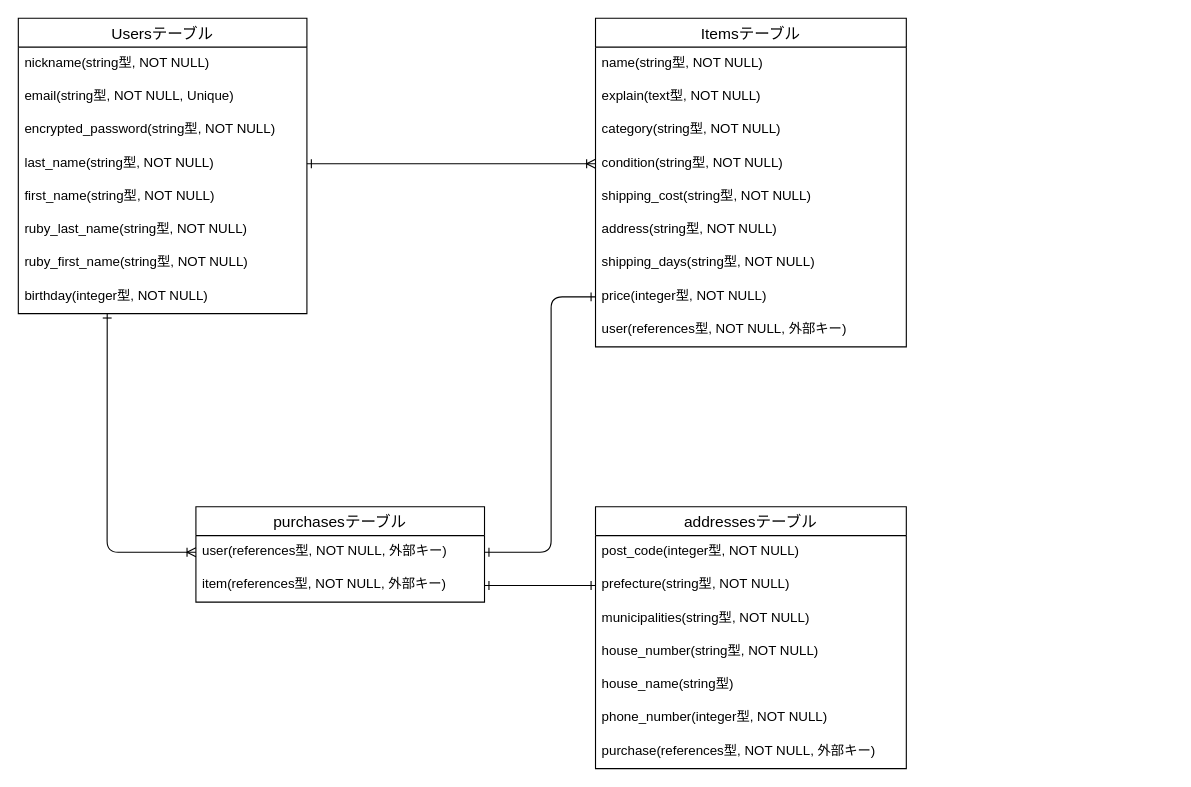
The draw.io diagram Furima_DB設計.drawio in komafuji820/furima-39628, before the edit. Source tidied: cells renumbered, new cells numbered last; positions are measured from the earlier drawing's top-left corner, leaving out a move shared by most shapes. Both pictures are drawn from the tidied source at 111%, with x=0, y=0 at pixel (-27, 18).
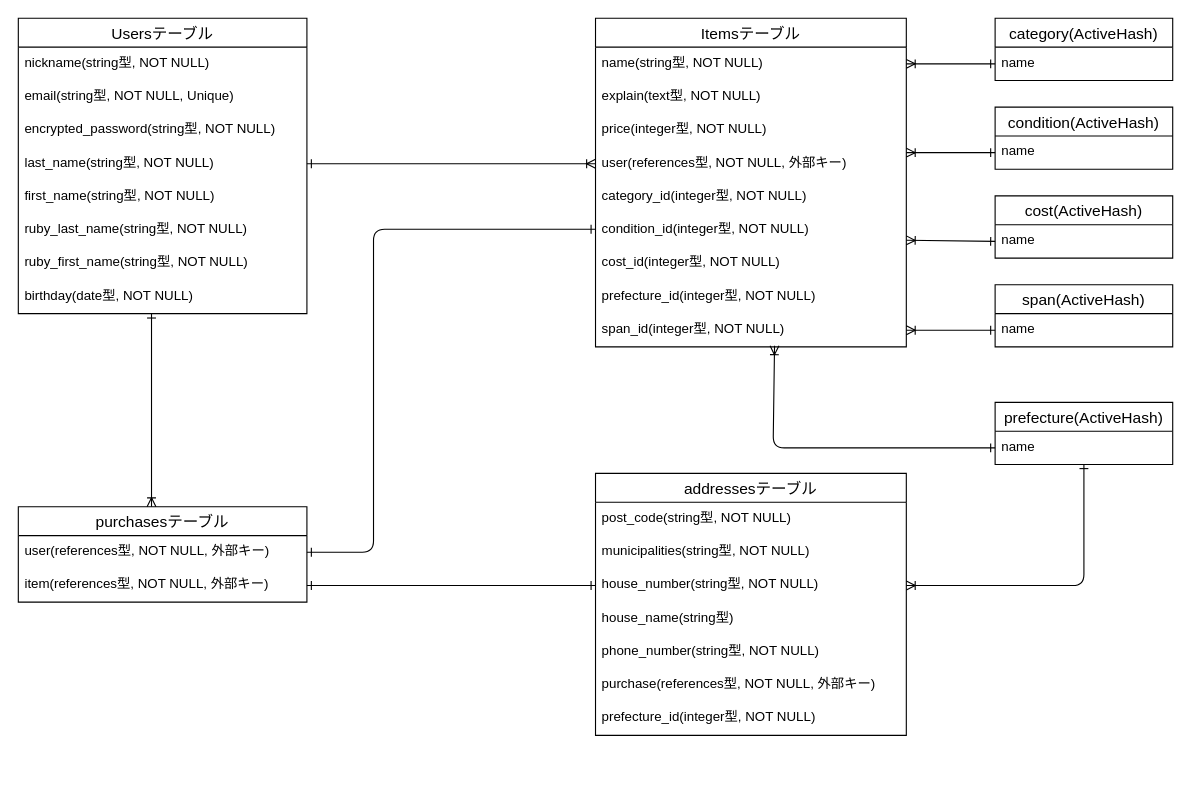
Above is the later version.

Commit message (it also covers changes not shown here):
DB設計をActiveHashに対応させる修正

Unchanged cells that the change refers to:
```xml
<mxCell id="2" value="Usersテーブル" style="swimlane;fontStyle=0;horizontal=1;startSize=26;align=center;fontSize=14;" parent="1" vertex="1">
  <mxGeometry x="40" width="260" height="266" as="geometry" />
</mxCell>
<mxCell id="6" value="last_name(string型, NOT NULL)" style="text;strokeColor=none;fillColor=none;spacingLeft=4;spacingRight=4;overflow=hidden;points=[[0,0.5],[1,0.5]];portConstraint=eastwest;fontSize=12;" parent="2" vertex="1">
  <mxGeometry y="116" width="260" height="30" as="geometry" />
</mxCell>
<mxCell id="11" value="Itemsテーブル" style="swimlane;fontStyle=0;horizontal=1;startSize=26;align=center;fontSize=14;" parent="1" vertex="1">
  <mxGeometry x="560" width="280" height="296" as="geometry" />
</mxCell>
<mxCell id="12" value="name(string型, NOT NULL)" style="text;strokeColor=none;fillColor=none;spacingLeft=4;spacingRight=4;overflow=hidden;points=[[0,0.5],[1,0.5]];portConstraint=eastwest;fontSize=12;" parent="11" vertex="1">
  <mxGeometry y="26" width="280" height="30" as="geometry" />
</mxCell>
<mxCell id="22" value="user(references型, NOT NULL, 外部キー)" style="text;strokeColor=none;fillColor=none;spacingLeft=4;spacingRight=4;overflow=hidden;points=[[0,0.5],[1,0.5]];portConstraint=eastwest;fontSize=12;" parent="21" vertex="1">
  <mxGeometry y="26" width="260" height="30" as="geometry" />
</mxCell>
<mxCell id="23" value="item(references型, NOT NULL, 外部キー)" style="text;strokeColor=none;fillColor=none;spacingLeft=4;spacingRight=4;overflow=hidden;points=[[0,0.5],[1,0.5]];portConstraint=eastwest;fontSize=12;" parent="21" vertex="1">
  <mxGeometry y="56" width="260" height="30" as="geometry" />
</mxCell>
```

Change to the diagram source:
```diff
@@
-    <mxCell id="10" value="birthday(integer型, NOT NULL)" style="text;strokeColor=none;fillColor=none;spacingLeft=4;spacingRight=4;overflow=hidden;points=[[0,0.5],[1,0.5]];portConstraint=eastwest;fontSize=12;" parent="2" vertex="1">
+    <mxCell id="10" value="birthday(date型, NOT NULL)" style="text;strokeColor=none;fillColor=none;spacingLeft=4;spacingRight=4;overflow=hidden;points=[[0,0.5],[1,0.5]];portConstraint=eastwest;fontSize=12;" parent="2" vertex="1">
       <mxGeometry y="236" width="260" height="30" as="geometry" />
     </mxCell>
@@
+    <mxCell id="19" value="price(integer型, NOT NULL)" style="text;strokeColor=none;fillColor=none;spacingLeft=4;spacingRight=4;overflow=hidden;points=[[0,0.5],[1,0.5]];portConstraint=eastwest;fontSize=12;" parent="11" vertex="1">
+      <mxGeometry y="86" width="280" height="30" as="geometry" />
+    </mxCell>
+    <mxCell id="20" value="user(references型, NOT NULL, 外部キー)" style="text;strokeColor=none;fillColor=none;spacingLeft=4;spacingRight=4;overflow=hidden;points=[[0,0.5],[1,0.5]];portConstraint=eastwest;fontSize=12;" parent="11" vertex="1">
+      <mxGeometry y="116" width="280" height="30" as="geometry" />
+    </mxCell>
-    <mxCell id="14" value="category(string型, NOT NULL)" style="text;strokeColor=none;fillColor=none;spacingLeft=4;spacingRight=4;overflow=hidden;fontSize=12;" parent="11" vertex="1">
-      <mxGeometry y="86" width="280" height="30" as="geometry" />
+    <mxCell id="14" value="category_id(integer型, NOT NULL)" style="text;strokeColor=none;fillColor=none;spacingLeft=4;spacingRight=4;overflow=hidden;fontSize=12;" parent="11" vertex="1">
+      <mxGeometry y="146" width="280" height="30" as="geometry" />
     </mxCell>
-    <mxCell id="15" value="condition(string型, NOT NULL)" style="text;strokeColor=none;fillColor=none;spacingLeft=4;spacingRight=4;overflow=hidden;points=[[0,0.5],[1,0.5]];portConstraint=eastwest;fontSize=12;" parent="11" vertex="1">
-      <mxGeometry y="116" width="280" height="30" as="geometry" />
+    <mxCell id="15" value="condition_id(integer型, NOT NULL)" style="text;strokeColor=none;fillColor=none;spacingLeft=4;spacingRight=4;overflow=hidden;points=[[0,0.5],[1,0.5]];portConstraint=eastwest;fontSize=12;" parent="11" vertex="1">
+      <mxGeometry y="176" width="280" height="30" as="geometry" />
     </mxCell>
-    <mxCell id="16" value="shipping_cost(string型, NOT NULL)" style="text;strokeColor=none;fillColor=none;spacingLeft=4;spacingRight=4;overflow=hidden;fontSize=12;" parent="11" vertex="1">
-      <mxGeometry y="146" width="280" height="30" as="geometry" />
+    <mxCell id="16" value="cost_id(integer型, NOT NULL)" style="text;strokeColor=none;fillColor=none;spacingLeft=4;spacingRight=4;overflow=hidden;fontSize=12;" parent="11" vertex="1">
+      <mxGeometry y="206" width="280" height="30" as="geometry" />
     </mxCell>
-    <mxCell id="17" value="address(string型, NOT NULL)" style="text;strokeColor=none;fillColor=none;spacingLeft=4;spacingRight=4;overflow=hidden;fontSize=12;" parent="11" vertex="1">
-      <mxGeometry y="176" width="280" height="30" as="geometry" />
+    <mxCell id="17" value="prefecture_id(integer型, NOT NULL)" style="text;strokeColor=none;fillColor=none;spacingLeft=4;spacingRight=4;overflow=hidden;fontSize=12;" parent="11" vertex="1">
+      <mxGeometry y="236" width="280" height="30" as="geometry" />
     </mxCell>
-    <mxCell id="18" value="shipping_days(string型, NOT NULL)" style="text;strokeColor=none;fillColor=none;spacingLeft=4;spacingRight=4;overflow=hidden;points=[[0,0.5],[1,0.5]];portConstraint=eastwest;fontSize=12;" parent="11" vertex="1">
-      <mxGeometry y="206" width="280" height="30" as="geometry" />
+    <mxCell id="18" value="span_id(integer型, NOT NULL)" style="text;strokeColor=none;fillColor=none;spacingLeft=4;spacingRight=4;overflow=hidden;points=[[0,0.5],[1,0.5]];portConstraint=eastwest;fontSize=12;" parent="11" vertex="1">
+      <mxGeometry y="266" width="280" height="30" as="geometry" />
     </mxCell>
-    <mxCell id="19" value="price(integer型, NOT NULL)" style="text;strokeColor=none;fillColor=none;spacingLeft=4;spacingRight=4;overflow=hidden;points=[[0,0.5],[1,0.5]];portConstraint=eastwest;fontSize=12;" parent="11" vertex="1">
-      <mxGeometry y="236" width="280" height="30" as="geometry" />
-    </mxCell>
-    <mxCell id="20" value="user(references型, NOT NULL, 外部キー)" style="text;strokeColor=none;fillColor=none;spacingLeft=4;spacingRight=4;overflow=hidden;points=[[0,0.5],[1,0.5]];portConstraint=eastwest;fontSize=12;" parent="11" vertex="1">
-      <mxGeometry y="266" width="280" height="30" as="geometry" />
-    </mxCell>
     <mxCell id="21" value="purchasesテーブル" style="swimlane;fontStyle=0;horizontal=1;startSize=26;align=center;fontSize=14;" parent="1" vertex="1">
-      <mxGeometry x="200" y="440" width="260" height="86" as="geometry" />
+      <mxGeometry x="40" y="440" width="260" height="86" as="geometry" />
     </mxCell>
@@
     <mxCell id="24" value="addressesテーブル" style="swimlane;fontStyle=0;horizontal=1;startSize=26;align=center;fontSize=14;" parent="1" vertex="1">
-      <mxGeometry x="560" y="440" width="280" height="236" as="geometry" />
+      <mxGeometry x="560" y="410" width="280" height="236" as="geometry" />
     </mxCell>
-    <mxCell id="25" value="post_code(integer型, NOT NULL)" style="text;strokeColor=none;fillColor=none;spacingLeft=4;spacingRight=4;overflow=hidden;fontSize=12;" parent="24" vertex="1">
+    <mxCell id="25" value="post_code(string型, NOT NULL)" style="text;strokeColor=none;fillColor=none;spacingLeft=4;spacingRight=4;overflow=hidden;fontSize=12;" parent="24" vertex="1">
       <mxGeometry y="26" width="280" height="30" as="geometry" />
     </mxCell>
-    <mxCell id="26" value="prefecture(string型, NOT NULL)" style="text;strokeColor=none;fillColor=none;spacingLeft=4;spacingRight=4;overflow=hidden;points=[[0,0.5],[1,0.5]];portConstraint=eastwest;fontSize=12;" parent="24" vertex="1">
-      <mxGeometry y="56" width="280" height="30" as="geometry" />
-    </mxCell>
     <mxCell id="27" value="municipalities(string型, NOT NULL)" style="text;strokeColor=none;fillColor=none;spacingLeft=4;spacingRight=4;overflow=hidden;fontSize=12;" parent="24" vertex="1">
-      <mxGeometry y="86" width="280" height="30" as="geometry" />
+      <mxGeometry y="56" width="280" height="30" as="geometry" />
     </mxCell>
     <mxCell id="28" value="house_number(string型, NOT NULL)" style="text;strokeColor=none;fillColor=none;spacingLeft=4;spacingRight=4;overflow=hidden;points=[[0,0.5],[1,0.5]];portConstraint=eastwest;fontSize=12;" parent="24" vertex="1">
-      <mxGeometry y="116" width="280" height="30" as="geometry" />
+      <mxGeometry y="86" width="280" height="30" as="geometry" />
     </mxCell>
     <mxCell id="29" value="house_name(string型)" style="text;strokeColor=none;fillColor=none;spacingLeft=4;spacingRight=4;overflow=hidden;fontSize=12;" parent="24" vertex="1">
-      <mxGeometry y="146" width="280" height="30" as="geometry" />
+      <mxGeometry y="116" width="280" height="30" as="geometry" />
     </mxCell>
-    <mxCell id="30" value="phone_number(integer型, NOT NULL)" style="text;strokeColor=none;fillColor=none;spacingLeft=4;spacingRight=4;overflow=hidden;fontSize=12;" parent="24" vertex="1">
-      <mxGeometry y="176" width="280" height="30" as="geometry" />
+    <mxCell id="30" value="phone_number(string型, NOT NULL)" style="text;strokeColor=none;fillColor=none;spacingLeft=4;spacingRight=4;overflow=hidden;fontSize=12;" parent="24" vertex="1">
+      <mxGeometry y="146" width="280" height="30" as="geometry" />
     </mxCell>
     <mxCell id="31" value="purchase(references型, NOT NULL, 外部キー)" style="text;strokeColor=none;fillColor=none;spacingLeft=4;spacingRight=4;overflow=hidden;fontSize=12;" parent="24" vertex="1">
-      <mxGeometry y="206" width="280" height="30" as="geometry" />
+      <mxGeometry y="176" width="280" height="30" as="geometry" />
     </mxCell>
-    <mxCell id="32" style="edgeStyle=elbowEdgeStyle;html=1;exitX=1;exitY=0.5;exitDx=0;exitDy=0;entryX=0;entryY=0.5;entryDx=0;entryDy=0;startArrow=ERone;startFill=0;endArrow=ERone;endFill=0;" parent="1" edge="1" source="23" target="26">
-      <mxGeometry relative="1" as="geometry" />
-    </mxCell>
+    <mxCell id="36" value="prefecture_id(integer型, NOT NULL)" style="text;strokeColor=none;fillColor=none;spacingLeft=4;spacingRight=4;overflow=hidden;fontSize=12;" parent="24" vertex="1">
+      <mxGeometry y="206" width="280" height="30" as="geometry" />
+    </mxCell>
-    <mxCell id="33" style="edgeStyle=elbowEdgeStyle;html=1;exitX=0;exitY=0.5;exitDx=0;exitDy=0;startArrow=ERone;startFill=0;endArrow=ERone;endFill=0;entryX=1;entryY=0.5;entryDx=0;entryDy=0;" parent="1" edge="1" source="19" target="22">
+    <mxCell id="33" style="edgeStyle=elbowEdgeStyle;html=1;exitX=0;exitY=0.467;exitDx=0;exitDy=0;startArrow=ERone;startFill=0;endArrow=ERone;endFill=0;entryX=1;entryY=0.5;entryDx=0;entryDy=0;exitPerimeter=0;" parent="1" edge="1" source="15" target="22">
       <mxGeometry relative="1" as="geometry">
         <Array as="points">
-          <mxPoint x="520" y="340" />
+          <mxPoint x="360" y="340" />
         </Array>
       </mxGeometry>
     </mxCell>
-    <mxCell id="34" style="edgeStyle=elbowEdgeStyle;html=1;startArrow=ERone;startFill=0;endArrow=ERoneToMany;endFill=0;entryX=0;entryY=0.5;entryDx=0;entryDy=0;exitX=0.308;exitY=1;exitDx=0;exitDy=0;exitPerimeter=0;" parent="1" edge="1" source="10" target="22">
+    <mxCell id="34" style="edgeStyle=elbowEdgeStyle;html=1;startArrow=ERone;startFill=0;endArrow=ERoneToMany;endFill=0;entryX=0.462;entryY=0;entryDx=0;entryDy=0;entryPerimeter=0;" parent="1" edge="1" target="21">
       <mxGeometry relative="1" as="geometry">
+        <mxPoint x="160" y="266" as="sourcePoint" />
         <Array as="points">
+          <mxPoint x="160" y="350" />
+          <mxPoint x="120" y="390" />
           <mxPoint x="120" y="420" />
           <mxPoint y="370" />
         </Array>
       </mxGeometry>
     </mxCell>
-    <mxCell id="35" style="edgeStyle=none;html=1;exitX=1;exitY=0.5;exitDx=0;exitDy=0;entryX=0;entryY=0.5;entryDx=0;entryDy=0;startArrow=ERone;startFill=0;endArrow=ERoneToMany;endFill=0;" parent="1" edge="1" source="6" target="15">
+    <mxCell id="35" style="edgeStyle=none;html=1;exitX=1;exitY=0.5;exitDx=0;exitDy=0;entryX=0;entryY=0.5;entryDx=0;entryDy=0;startArrow=ERone;startFill=0;endArrow=ERoneToMany;endFill=0;" parent="1" edge="1" source="6" target="20">
       <mxGeometry relative="1" as="geometry" />
     </mxCell>
+    <mxCell id="37" value="category(ActiveHash)" style="swimlane;fontStyle=0;horizontal=1;startSize=26;align=center;fontSize=14;" parent="1" vertex="1">
+      <mxGeometry x="920" width="160" height="56" as="geometry" />
+    </mxCell>
+    <mxCell id="38" value="name" style="text;strokeColor=none;fillColor=none;spacingLeft=4;spacingRight=4;overflow=hidden;points=[[0,0.5],[1,0.5]];portConstraint=eastwest;fontSize=12;" parent="37" vertex="1">
+      <mxGeometry y="26" width="160" height="30" as="geometry" />
+    </mxCell>
+    <mxCell id="39" value="condition(ActiveHash)" style="swimlane;fontStyle=0;horizontal=1;startSize=26;align=center;fontSize=14;" parent="1" vertex="1">
+      <mxGeometry x="920" y="80" width="160" height="56" as="geometry" />
+    </mxCell>
+    <mxCell id="40" value="name" style="text;strokeColor=none;fillColor=none;spacingLeft=4;spacingRight=4;overflow=hidden;points=[[0,0.5],[1,0.5]];portConstraint=eastwest;fontSize=12;" parent="39" vertex="1">
+      <mxGeometry y="26" width="160" height="30" as="geometry" />
+    </mxCell>
+    <mxCell id="41" value="cost(ActiveHash)" style="swimlane;fontStyle=0;horizontal=1;startSize=26;align=center;fontSize=14;" parent="1" vertex="1">
+      <mxGeometry x="920" y="160" width="160" height="56" as="geometry" />
+    </mxCell>
+    <mxCell id="42" value="name" style="text;strokeColor=none;fillColor=none;spacingLeft=4;spacingRight=4;overflow=hidden;points=[[0,0.5],[1,0.5]];portConstraint=eastwest;fontSize=12;" parent="41" vertex="1">
+      <mxGeometry y="26" width="160" height="30" as="geometry" />
+    </mxCell>
+    <mxCell id="43" value="prefecture(ActiveHash)" style="swimlane;fontStyle=0;horizontal=1;startSize=26;align=center;fontSize=14;" parent="1" vertex="1">
+      <mxGeometry x="920" y="346" width="160" height="56" as="geometry" />
+    </mxCell>
+    <mxCell id="44" value="name" style="text;strokeColor=none;fillColor=none;spacingLeft=4;spacingRight=4;overflow=hidden;points=[[0,0.5],[1,0.5]];portConstraint=eastwest;fontSize=12;" parent="43" vertex="1">
+      <mxGeometry y="26" width="160" height="30" as="geometry" />
+    </mxCell>
+    <mxCell id="45" value="span(ActiveHash)" style="swimlane;fontStyle=0;horizontal=1;startSize=26;align=center;fontSize=14;" parent="1" vertex="1">
+      <mxGeometry x="920" y="240" width="160" height="56" as="geometry" />
+    </mxCell>
+    <mxCell id="46" value="name" style="text;strokeColor=none;fillColor=none;spacingLeft=4;spacingRight=4;overflow=hidden;points=[[0,0.5],[1,0.5]];portConstraint=eastwest;fontSize=12;" parent="45" vertex="1">
+      <mxGeometry y="26" width="160" height="30" as="geometry" />
+    </mxCell>
+    <mxCell id="47" style="edgeStyle=none;html=1;exitX=0;exitY=0.5;exitDx=0;exitDy=0;entryX=1;entryY=0.5;entryDx=0;entryDy=0;startArrow=ERone;startFill=0;endArrow=ERoneToMany;endFill=0;" parent="1" edge="1" source="38" target="12">
+      <mxGeometry relative="1" as="geometry" />
+    </mxCell>
+    <mxCell id="48" style="edgeStyle=none;html=1;exitX=0;exitY=0.5;exitDx=0;exitDy=0;startArrow=ERone;startFill=0;endArrow=ERoneToMany;endFill=0;" parent="1" edge="1" source="42">
+      <mxGeometry relative="1" as="geometry">
+        <mxPoint x="840" y="200" as="targetPoint" />
+      </mxGeometry>
+    </mxCell>
+    <mxCell id="49" style="edgeStyle=none;html=1;exitX=0;exitY=0.5;exitDx=0;exitDy=0;entryX=1;entryY=0.5;entryDx=0;entryDy=0;startArrow=ERone;startFill=0;endArrow=ERoneToMany;endFill=0;" parent="1" edge="1" source="46" target="18">
+      <mxGeometry relative="1" as="geometry" />
+    </mxCell>
+    <mxCell id="50" style="edgeStyle=none;html=1;exitX=0;exitY=0.5;exitDx=0;exitDy=0;startArrow=ERone;startFill=0;endArrow=ERoneToMany;endFill=0;" parent="1" edge="1" source="40">
+      <mxGeometry relative="1" as="geometry">
+        <mxPoint x="840" y="121" as="targetPoint" />
+      </mxGeometry>
+    </mxCell>
+    <mxCell id="51" style="edgeStyle=none;html=1;exitX=1;exitY=0.5;exitDx=0;exitDy=0;entryX=0;entryY=0.5;entryDx=0;entryDy=0;startArrow=ERone;startFill=0;endArrow=ERone;endFill=0;" parent="1" edge="1" source="23" target="28">
+      <mxGeometry relative="1" as="geometry" />
+    </mxCell>
+    <mxCell id="52" style="edgeStyle=none;html=1;exitX=1;exitY=0.5;exitDx=0;exitDy=0;startArrow=ERoneToMany;startFill=0;endArrow=ERone;endFill=0;entryX=0.5;entryY=0.989;entryDx=0;entryDy=0;entryPerimeter=0;" parent="1" edge="1" source="28" target="44">
+      <mxGeometry relative="1" as="geometry">
+        <Array as="points">
+          <mxPoint x="1000" y="511" />
+        </Array>
+      </mxGeometry>
+    </mxCell>
+    <mxCell id="53" style="edgeStyle=none;html=1;exitX=0;exitY=0.5;exitDx=0;exitDy=0;startArrow=ERone;startFill=0;endArrow=ERoneToMany;endFill=0;entryX=0.576;entryY=0.967;entryDx=0;entryDy=0;entryPerimeter=0;" parent="1" edge="1" source="44" target="18">
+      <mxGeometry relative="1" as="geometry">
+        <Array as="points">
+          <mxPoint x="720" y="387" />
+        </Array>
+      </mxGeometry>
+    </mxCell>
```
